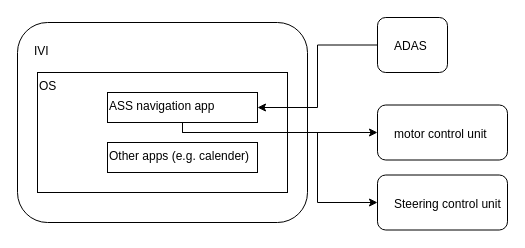
Above: page "Page-3" (3 of 3) of auto steering system design.drawio in Dawei-S/Da (draw.io), before the change. Source tidied: cells renumbered, new cells numbered last; positions are measured from the earlier drawing's top-left corner, leaving out a move shared by most shapes. Both pictures are drawn from the tidied source at 100%, with x=0, y=0 at pixel (17, 17).
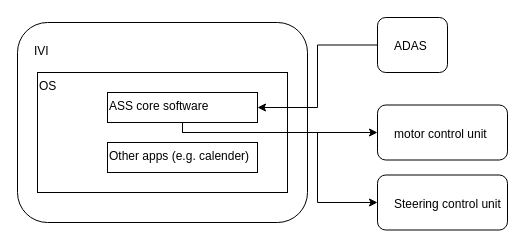
After the change.

Diff of the diagram source:
```diff
@@
 <mxGraphModel>
   <root>
     <mxCell id="0" />
     <mxCell id="1" parent="0" />
     <mxCell id="2" value="IVI" style="rounded=1;whiteSpace=wrap;html=1;fontColor=#000000;verticalAlign=top;align=left;spacingTop=15;spacingLeft=15;" parent="1" vertex="1">
       <mxGeometry y="5" width="290" height="200" as="geometry" />
     </mxCell>
     <mxCell id="3" value="OS" style="rounded=0;whiteSpace=wrap;html=1;align=left;verticalAlign=top;" parent="1" vertex="1">
       <mxGeometry x="20" y="55" width="250" height="120" as="geometry" />
     </mxCell>
     <mxCell id="4" style="edgeStyle=orthogonalEdgeStyle;rounded=0;jettySize=auto;html=1;entryX=0;entryY=0.5;entryDx=0;entryDy=0;" parent="1" edge="1" source="6" target="10">
       <mxGeometry relative="1" as="geometry">
         <Array as="points">
           <mxPoint x="165" y="115" />
         </Array>
       </mxGeometry>
     </mxCell>
     <mxCell id="5" style="edgeStyle=orthogonalEdgeStyle;rounded=0;jettySize=auto;html=1;exitX=0.5;exitY=1;exitDx=0;exitDy=0;entryX=0;entryY=0.5;entryDx=0;entryDy=0;" parent="1" edge="1" source="6" target="11">
       <mxGeometry relative="1" as="geometry">
         <Array as="points">
           <mxPoint x="165" y="115" />
           <mxPoint x="300" y="115" />
           <mxPoint x="300" y="185" />
         </Array>
       </mxGeometry>
     </mxCell>
-    <mxCell id="6" value="ASS navigation app" style="rounded=0;whiteSpace=wrap;html=1;align=left;verticalAlign=top;" parent="1" vertex="1">
+    <mxCell id="6" value="ASS core software" style="rounded=0;whiteSpace=wrap;html=1;align=left;verticalAlign=top;" parent="1" vertex="1">
       <mxGeometry x="90" y="75" width="150" height="30" as="geometry" />
     </mxCell>
     <mxCell id="7" value="Other apps (e.g. calender)" style="rounded=0;whiteSpace=wrap;html=1;align=left;verticalAlign=top;" parent="1" vertex="1">
       <mxGeometry x="90" y="125" width="150" height="30" as="geometry" />
     </mxCell>
     <mxCell id="8" style="edgeStyle=orthogonalEdgeStyle;rounded=0;jettySize=auto;html=1;entryX=1;entryY=0.5;entryDx=0;entryDy=0;" parent="1" edge="1" source="9" target="6">
       <mxGeometry relative="1" as="geometry" />
     </mxCell>
     <mxCell id="9" value="ADAS" style="rounded=1;whiteSpace=wrap;html=1;fontColor=#000000;verticalAlign=top;align=left;spacingTop=15;spacingLeft=15;" parent="1" vertex="1">
       <mxGeometry x="360" width="70" height="55" as="geometry" />
     </mxCell>
     <mxCell id="10" value="motor control unit" style="rounded=1;whiteSpace=wrap;html=1;fontColor=#000000;verticalAlign=top;align=left;spacingTop=15;spacingLeft=15;" parent="1" vertex="1">
       <mxGeometry x="360" y="87.5" width="130" height="55" as="geometry" />
     </mxCell>
     <mxCell id="11" value="Steering control unit" style="rounded=1;whiteSpace=wrap;html=1;fontColor=#000000;verticalAlign=top;align=left;spacingTop=15;spacingLeft=15;" parent="1" vertex="1">
       <mxGeometry x="360" y="157.5" width="130" height="55" as="geometry" />
     </mxCell>
   </root>
 </mxGraphModel>
```
